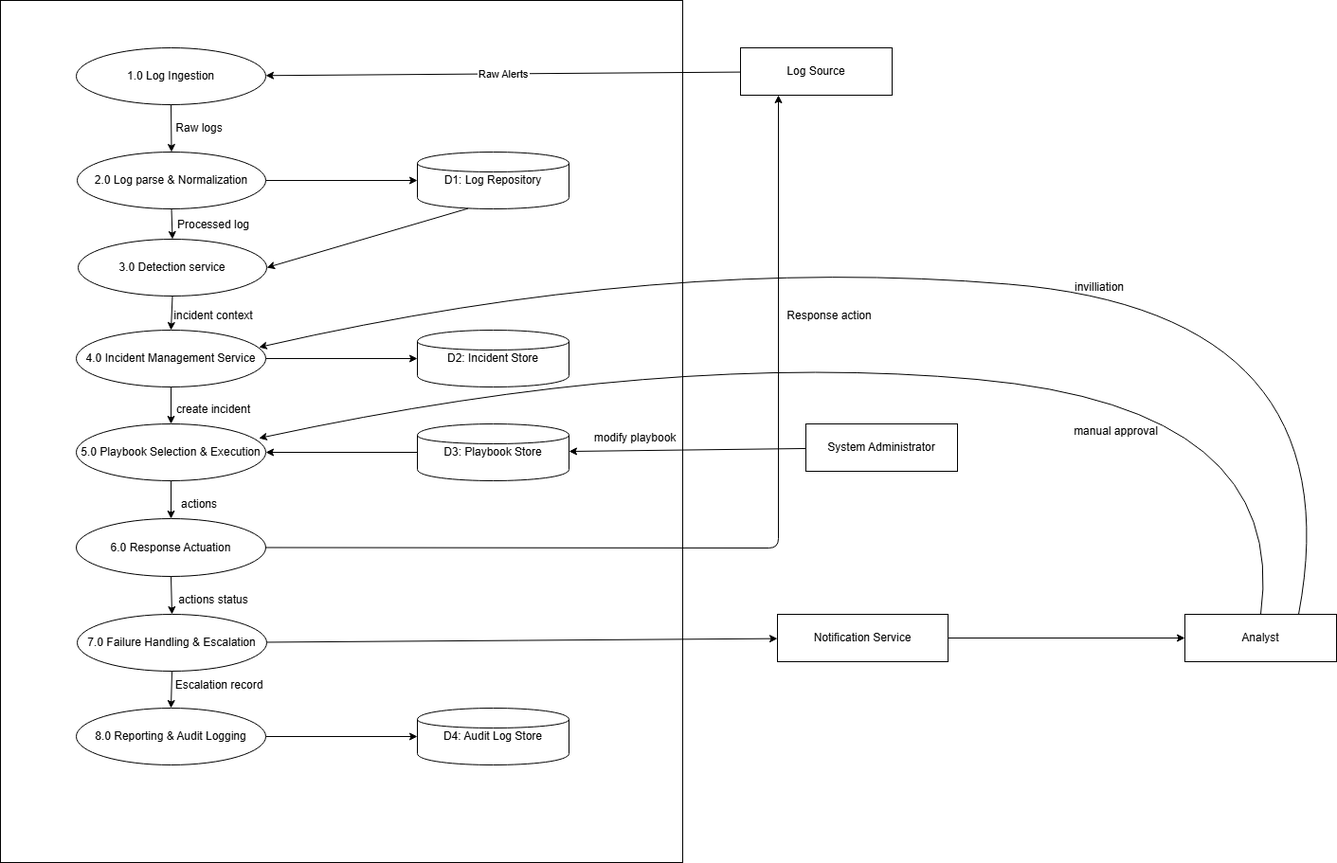
This is Design/data_flow_diagram(DFD)/dfd_level1.drawio.png from Shubham-kumar2311/log-driven-incident-response, a draw.io export, as it was before one commit. Source tidied: cells renumbered, new cells last; positions are measured from the earlier drawing's top-left corner, leaving out a move shared by most shapes. Its diagram source:
```xml
<mxGraphModel>
  <root>
    <mxCell id="0" />
    <mxCell id="1" parent="0" />
    <mxCell id="2" style="rounded=0;whiteSpace=wrap;html=1;" parent="1" vertex="1">
      <mxGeometry width="720" height="910" as="geometry" />
    </mxCell>
    <mxCell id="3" value="Log Source" style="shape=rectangle;whiteSpace=wrap;html=1;strokeWidth=1;" parent="1" vertex="1">
      <mxGeometry x="781" y="50" width="160" height="50" as="geometry" />
    </mxCell>
    <mxCell id="4" value="System Administrator" style="shape=rectangle;whiteSpace=wrap;html=1;" parent="1" vertex="1">
      <mxGeometry x="850" y="447" width="160" height="50" as="geometry" />
    </mxCell>
    <mxCell id="5" value="Analyst" style="shape=rectangle;whiteSpace=wrap;html=1;" parent="1" vertex="1">
      <mxGeometry x="1250" y="648" width="160" height="50" as="geometry" />
    </mxCell>
    <mxCell id="6" value="1.0 Log&amp;nbsp;Ingestion" style="ellipse;whiteSpace=wrap;html=1;" parent="1" vertex="1">
      <mxGeometry x="80" y="50" width="200" height="60" as="geometry" />
    </mxCell>
    <mxCell id="7" value="2.0 Log parse &amp;amp; Normalization" style="ellipse;whiteSpace=wrap;html=1;" parent="1" vertex="1">
      <mxGeometry x="81" y="160" width="199" height="60" as="geometry" />
    </mxCell>
    <mxCell id="8" value="3.0 Detection service" style="ellipse;whiteSpace=wrap;html=1;" parent="1" vertex="1">
      <mxGeometry x="82" y="252" width="199" height="60" as="geometry" />
    </mxCell>
    <mxCell id="9" value="4.0 Incident Management Service" style="ellipse;whiteSpace=wrap;html=1;" parent="1" vertex="1">
      <mxGeometry x="80" y="348" width="200" height="60" as="geometry" />
    </mxCell>
    <mxCell id="10" value="5.0 Playbook Selection &amp; Execution" style="ellipse;whiteSpace=wrap;html=1;" parent="1" vertex="1">
      <mxGeometry x="80" y="447" width="200" height="60" as="geometry" />
    </mxCell>
    <mxCell id="11" value="6.0 Response Actuation" style="ellipse;whiteSpace=wrap;html=1;" parent="1" vertex="1">
      <mxGeometry x="80" y="547" width="200" height="61" as="geometry" />
    </mxCell>
    <mxCell id="12" value="7.0 Failure Handling &amp; Escalation" style="ellipse;whiteSpace=wrap;html=1;" parent="1" vertex="1">
      <mxGeometry x="81" y="648" width="200" height="60" as="geometry" />
    </mxCell>
    <mxCell id="13" value="8.0 Reporting &amp; Audit Logging" style="ellipse;whiteSpace=wrap;html=1;" parent="1" vertex="1">
      <mxGeometry x="80" y="747" width="200" height="60" as="geometry" />
    </mxCell>
    <mxCell id="14" value="D1: Log&amp;nbsp;Repository" style="shape=cylinder;whiteSpace=wrap;html=1;" parent="1" vertex="1">
      <mxGeometry x="440" y="160" width="160" height="60" as="geometry" />
    </mxCell>
    <mxCell id="15" value="D2: Incident Store" style="shape=cylinder;whiteSpace=wrap;html=1;" parent="1" vertex="1">
      <mxGeometry x="440" y="348" width="160" height="60" as="geometry" />
    </mxCell>
    <mxCell id="16" value="D3: Playbook Store" style="shape=cylinder;whiteSpace=wrap;html=1;" parent="1" vertex="1">
      <mxGeometry x="440" y="447" width="160" height="60" as="geometry" />
    </mxCell>
    <mxCell id="17" value="D4: Audit Log Store" style="shape=cylinder;whiteSpace=wrap;html=1;" parent="1" vertex="1">
      <mxGeometry x="440" y="747" width="160" height="60" as="geometry" />
    </mxCell>
    <mxCell id="18" value="Notification Service" style="shape=rectangle;whiteSpace=wrap;html=1;" parent="1" vertex="1">
      <mxGeometry x="820" y="648" width="180" height="50" as="geometry" />
    </mxCell>
    <mxCell id="19" value="Raw Alerts" parent="1" edge="1" source="3" target="6">
      <mxGeometry relative="1" as="geometry" />
    </mxCell>
    <mxCell id="20" parent="1" edge="1" source="6" target="7">
      <mxGeometry relative="1" as="geometry" />
    </mxCell>
    <mxCell id="21" parent="1" edge="1" source="7" target="14">
      <mxGeometry relative="1" as="geometry" />
    </mxCell>
    <mxCell id="22" style="exitX=0.334;exitY=0.993;exitDx=0;exitDy=0;exitPerimeter=0;entryX=1;entryY=0.5;entryDx=0;entryDy=0;" parent="1" edge="1" source="14" target="8">
      <mxGeometry relative="1" as="geometry" />
    </mxCell>
    <mxCell id="23" parent="1" edge="1" source="8" target="9">
      <mxGeometry relative="1" as="geometry" />
    </mxCell>
    <mxCell id="24" parent="1" edge="1" source="9" target="15">
      <mxGeometry relative="1" as="geometry" />
    </mxCell>
    <mxCell id="25" parent="1" edge="1" source="4" target="16">
      <mxGeometry relative="1" as="geometry" />
    </mxCell>
    <mxCell id="26" parent="1" edge="1" source="16" target="10">
      <mxGeometry relative="1" as="geometry" />
    </mxCell>
    <mxCell id="27" style="exitX=0.5;exitY=1;exitDx=0;exitDy=0;" parent="1" edge="1" source="10" target="11">
      <mxGeometry relative="1" as="geometry" />
    </mxCell>
    <mxCell id="28" style="entryX=0.25;entryY=1;entryDx=0;entryDy=0;" parent="1" edge="1" source="11" target="3">
      <mxGeometry relative="1" as="geometry">
        <Array as="points">
          <mxPoint x="821" y="578" />
        </Array>
      </mxGeometry>
    </mxCell>
    <mxCell id="29" parent="1" edge="1" source="11" target="12">
      <mxGeometry relative="1" as="geometry" />
    </mxCell>
    <mxCell id="30" parent="1" edge="1" source="12" target="18">
      <mxGeometry relative="1" as="geometry" />
    </mxCell>
    <mxCell id="31" parent="1" edge="1" source="12" target="13">
      <mxGeometry relative="1" as="geometry" />
    </mxCell>
    <mxCell id="32" style="entryX=0;entryY=0.5;entryDx=0;entryDy=0;" parent="1" edge="1" source="13" target="17">
      <mxGeometry relative="1" as="geometry" />
    </mxCell>
    <mxCell id="33" parent="1" edge="1" source="18" target="5">
      <mxGeometry relative="1" as="geometry" />
    </mxCell>
    <mxCell id="34" value="Raw logs" style="text;html=1;whiteSpace=wrap;strokeColor=none;fillColor=none;align=center;verticalAlign=middle;rounded=0;" parent="1" vertex="1">
      <mxGeometry x="180" y="120" width="60" height="30" as="geometry" />
    </mxCell>
    <mxCell id="35" style="endArrow=classic;html=1;rounded=0;exitX=0.5;exitY=1;exitDx=0;exitDy=0;entryX=0.5;entryY=0;entryDx=0;entryDy=0;" parent="1" edge="1" source="7" target="8">
      <mxGeometry relative="1" as="geometry" />
    </mxCell>
    <mxCell id="36" value="Processed log" style="text;html=1;whiteSpace=wrap;strokeColor=none;fillColor=none;align=center;verticalAlign=middle;rounded=0;" parent="1" vertex="1">
      <mxGeometry x="180" y="222" width="90" height="30" as="geometry" />
    </mxCell>
    <mxCell id="37" style="exitX=0.5;exitY=1;exitDx=0;exitDy=0;entryX=0.5;entryY=0;entryDx=0;entryDy=0;" parent="1" edge="1" source="9" target="10">
      <mxGeometry relative="1" as="geometry" />
    </mxCell>
    <mxCell id="38" value="incident context" style="text;html=1;whiteSpace=wrap;strokeColor=none;fillColor=none;align=center;verticalAlign=middle;rounded=0;" parent="1" vertex="1">
      <mxGeometry x="180" y="318" width="90" height="30" as="geometry" />
    </mxCell>
    <mxCell id="39" value="create incident" style="text;html=1;whiteSpace=wrap;strokeColor=none;fillColor=none;align=center;verticalAlign=middle;rounded=0;" parent="1" vertex="1">
      <mxGeometry x="180" y="417" width="90" height="30" as="geometry" />
    </mxCell>
    <mxCell id="40" value="modify playbook" style="text;html=1;whiteSpace=wrap;strokeColor=none;fillColor=none;align=center;verticalAlign=middle;rounded=0;" parent="1" vertex="1">
      <mxGeometry x="620" y="447" width="100" height="30" as="geometry" />
    </mxCell>
    <mxCell id="41" value="actions" style="text;html=1;whiteSpace=wrap;strokeColor=none;fillColor=none;align=center;verticalAlign=middle;rounded=0;" parent="1" vertex="1">
      <mxGeometry x="180" y="517" width="60" height="30" as="geometry" />
    </mxCell>
    <mxCell id="42" value="actions status" style="text;html=1;whiteSpace=wrap;strokeColor=none;fillColor=none;align=center;verticalAlign=middle;rounded=0;" parent="1" vertex="1">
      <mxGeometry x="180" y="618" width="90" height="30" as="geometry" />
    </mxCell>
    <mxCell id="43" value="Response action" style="text;html=1;whiteSpace=wrap;strokeColor=none;fillColor=none;align=center;verticalAlign=middle;rounded=0;" parent="1" vertex="1">
      <mxGeometry x="820" y="318" width="110" height="30" as="geometry" />
    </mxCell>
    <mxCell id="44" style="curved=1;endArrow=classic;html=1;rounded=0;exitX=0.5;exitY=0;exitDx=0;exitDy=0;entryX=0.964;entryY=0.252;entryDx=0;entryDy=0;entryPerimeter=0;" parent="1" edge="1" source="5" target="10">
      <mxGeometry relative="1" as="geometry">
        <Array as="points">
          <mxPoint x="1360" y="430" />
          <mxPoint x="701" y="370" />
        </Array>
      </mxGeometry>
    </mxCell>
    <mxCell id="45" value="manual approval" style="text;html=1;whiteSpace=wrap;strokeColor=none;fillColor=none;align=center;verticalAlign=middle;rounded=0;" parent="1" vertex="1">
      <mxGeometry x="1130" y="440" width="95" height="30" as="geometry" />
    </mxCell>
    <mxCell id="46" style="curved=1;endArrow=classic;html=1;rounded=0;exitX=0.75;exitY=0;exitDx=0;exitDy=0;entryX=0.964;entryY=0.302;entryDx=0;entryDy=0;entryPerimeter=0;" parent="1" edge="1" source="5" target="9">
      <mxGeometry relative="1" as="geometry">
        <Array as="points">
          <mxPoint x="1430" y="330" />
          <mxPoint x="698" y="269" />
        </Array>
      </mxGeometry>
    </mxCell>
    <mxCell id="47" value="invilliation" style="text;html=1;whiteSpace=wrap;strokeColor=none;fillColor=none;align=center;verticalAlign=middle;rounded=0;" parent="1" vertex="1">
      <mxGeometry x="1130" y="288" width="60" height="30" as="geometry" />
    </mxCell>
    <mxCell id="48" value="Escalation record" style="text;html=1;whiteSpace=wrap;strokeColor=none;fillColor=none;align=center;verticalAlign=middle;rounded=0;" parent="1" vertex="1">
      <mxGeometry x="181" y="708" width="100" height="30" as="geometry" />
    </mxCell>
  </root>
</mxGraphModel>
```
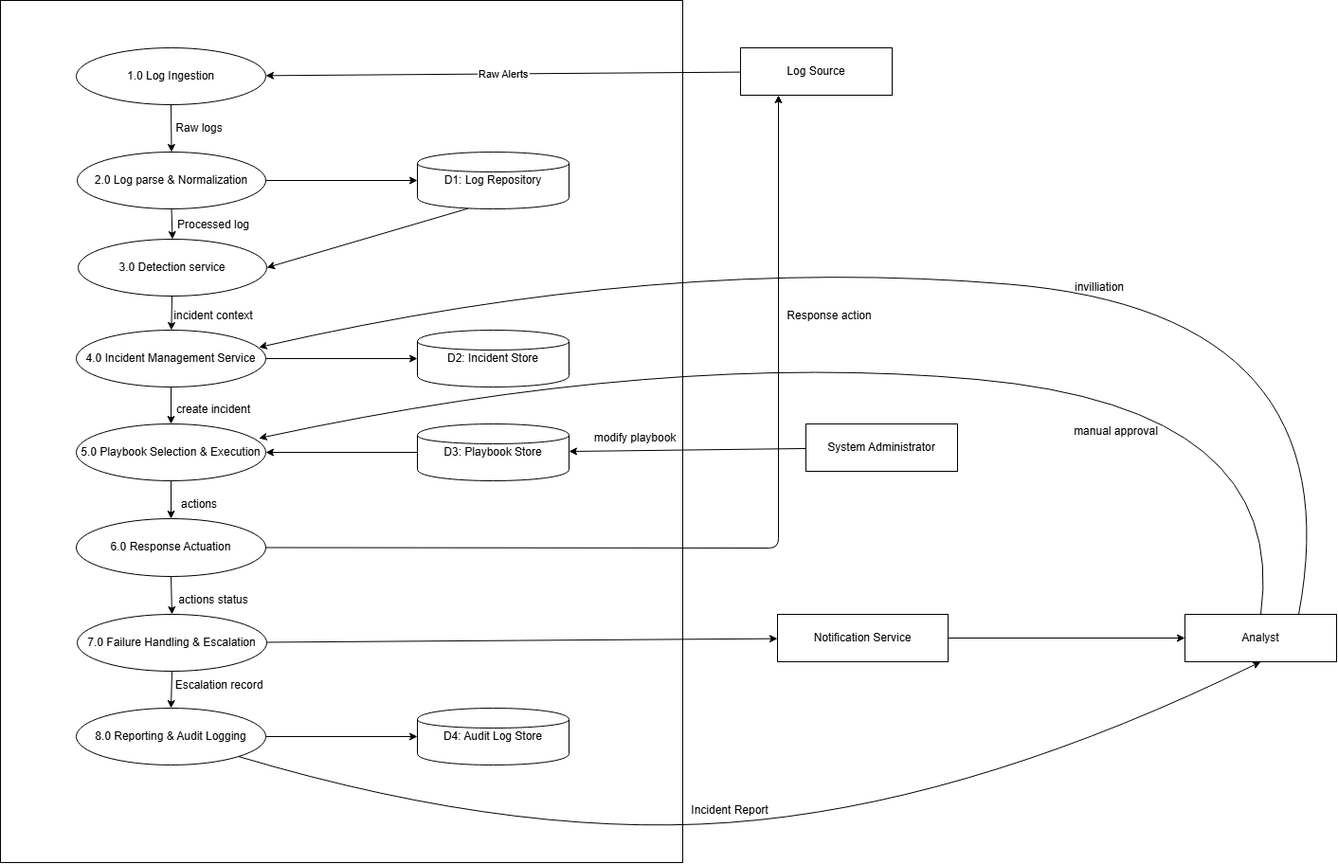
After the change.

Commit message:
improved class_dia.txtx and updated dfd level1

Change to the diagram source:
```diff
@@ -157,5 +157,16 @@
     <mxCell id="48" value="Escalation record" style="text;html=1;whiteSpace=wrap;strokeColor=none;fillColor=none;align=center;verticalAlign=middle;rounded=0;" parent="1" vertex="1">
       <mxGeometry x="181" y="708" width="100" height="30" as="geometry" />
     </mxCell>
+    <mxCell id="49" style="curved=1;endArrow=classic;html=1;rounded=0;entryX=0.5;entryY=1;entryDx=0;entryDy=0;" parent="1" edge="1" source="13" target="5">
+      <mxGeometry relative="1" as="geometry">
+        <Array as="points">
+          <mxPoint x="560" y="890" />
+          <mxPoint x="1040" y="840" />
+        </Array>
+      </mxGeometry>
+    </mxCell>
+    <mxCell id="50" value="Incident Report" style="text;html=1;whiteSpace=wrap;strokeColor=none;fillColor=none;align=center;verticalAlign=middle;rounded=0;" parent="1" vertex="1">
+      <mxGeometry x="720" y="840" width="100" height="30" as="geometry" />
+    </mxCell>
   </root>
 </mxGraphModel>
```
